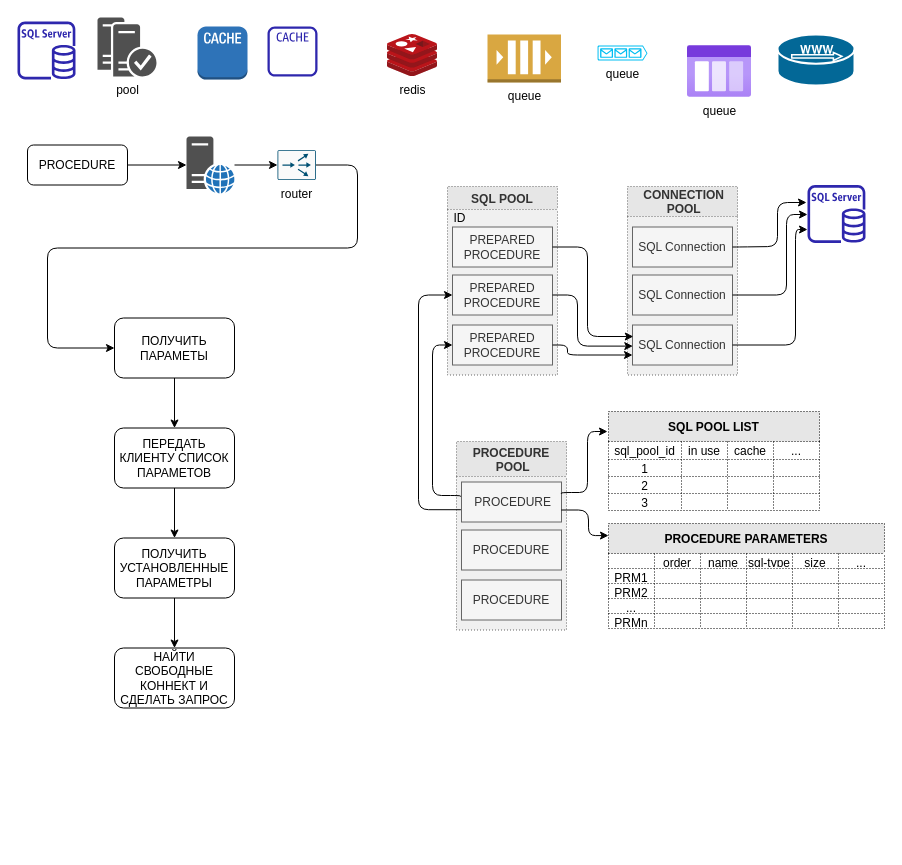
The draw.io diagram page "набросок" (1 of 2) of Backend.drawio in sashok74/diagrams, before the edit. Source tidied: cells renumbered, new cells numbered last; positions are measured from the earlier drawing's top-left corner, leaving out a move shared by most shapes. Both pictures are drawn from the tidied source at 100%, with x=0, y=0 at pixel (17, 17).
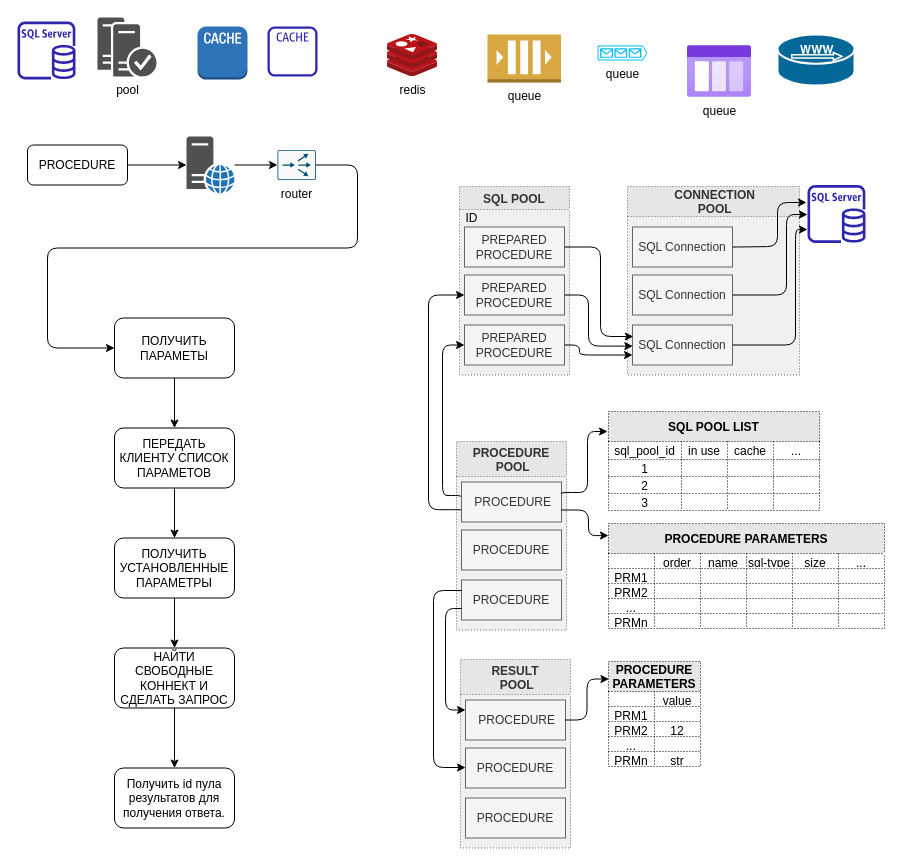
After the change.

Unchanged cells that the change refers to:
```xml
<mxCell id="24" value="НАЙТИ СВОБОДНЫЕ КОННЕКТ И СДЕЛАТЬ ЗАПРОС" style="rounded=1;whiteSpace=wrap;html=1;" parent="1" vertex="1">
  <mxGeometry x="97" y="630.5" width="120" height="60" as="geometry" />
</mxCell>
<mxCell id="28" value="PREPARED PROCEDURE" style="rounded=0;whiteSpace=wrap;html=1;fillColor=#f5f5f5;strokeColor=#666666;fontColor=#333333;" parent="25" vertex="1">
  <mxGeometry x="5" y="40.5" width="100" height="40" as="geometry" />
</mxCell>
<mxCell id="29" value="PREPARED PROCEDURE" style="rounded=0;whiteSpace=wrap;html=1;fillColor=#f5f5f5;strokeColor=#666666;fontColor=#333333;" parent="25" vertex="1">
  <mxGeometry x="5" y="88.5" width="100" height="40" as="geometry" />
</mxCell>
<mxCell id="30" value="PREPARED PROCEDURE" style="rounded=0;whiteSpace=wrap;html=1;fillColor=#f5f5f5;strokeColor=#666666;fontColor=#333333;" parent="25" vertex="1">
  <mxGeometry x="5" y="138.5" width="100" height="40" as="geometry" />
</mxCell>
<mxCell id="35" value="SQL Connection" style="rounded=0;whiteSpace=wrap;html=1;fillColor=#f5f5f5;strokeColor=#666666;fontColor=#333333;" parent="31" vertex="1">
  <mxGeometry x="5" y="138.5" width="100" height="40" as="geometry" />
</mxCell>
<mxCell id="44" value="&amp;nbsp;PROCEDURE" style="rounded=0;whiteSpace=wrap;html=1;fillColor=#f5f5f5;strokeColor=#666666;fontColor=#333333;" parent="42" vertex="1">
  <mxGeometry x="5" y="40.5" width="100" height="40" as="geometry" />
</mxCell>
<mxCell id="46" value="PROCEDURE" style="rounded=0;whiteSpace=wrap;html=1;fillColor=#f5f5f5;strokeColor=#666666;fontColor=#333333;" parent="42" vertex="1">
  <mxGeometry x="5" y="138.5" width="100" height="40" as="geometry" />
</mxCell>
```

Diff of the diagram source:
```diff
@@
+    <mxCell id="108" style="edgeStyle=orthogonalEdgeStyle;rounded=1;jettySize=auto;html=1;" parent="1" edge="1" source="24" target="133">
+      <mxGeometry relative="1" as="geometry" />
+    </mxCell>
@@
     <mxCell id="25" style="group;" parent="1" vertex="1">
-      <mxGeometry x="430" y="169" width="110" height="188.5" as="geometry" />
+      <mxGeometry x="442" y="169" width="110" height="188.5" as="geometry" />
     </mxCell>
@@
     <mxCell id="31" style="group;" parent="1" vertex="1">
-      <mxGeometry x="610" y="169" width="110" height="188.5" as="geometry" />
+      <mxGeometry x="610" y="169" width="172" height="188.5" as="geometry" />
     </mxCell>
     <mxCell id="32" value=" CONNECTION&#10; POOL" style="swimlane;dashed=1;dashPattern=1 2;fillColor=#E6E6E6;fontColor=#333333;strokeColor=#666666;glass=0;swimlaneFillColor=#F0F0F0;startSize=30;" parent="31" vertex="1">
-      <mxGeometry width="110" height="188.5" as="geometry" />
+      <mxGeometry width="172" height="188.5" as="geometry" />
     </mxCell>
@@
     <mxCell id="36" style="edgeStyle=orthogonalEdgeStyle;rounded=1;jettySize=auto;html=1;exitX=1;exitY=0.5;exitDx=0;exitDy=0;entryX=0.008;entryY=0.288;entryDx=0;entryDy=0;entryPerimeter=0;" parent="1" edge="1" source="28" target="35">
       <mxGeometry relative="1" as="geometry">
         <Array as="points">
-          <mxPoint x="570" y="229" />
-          <mxPoint x="570" y="319" />
+          <mxPoint x="583" y="230" />
+          <mxPoint x="583" y="319" />
         </Array>
       </mxGeometry>
     </mxCell>
     <mxCell id="37" style="edgeStyle=orthogonalEdgeStyle;rounded=1;jettySize=auto;html=1;entryX=0.003;entryY=0.528;entryDx=0;entryDy=0;entryPerimeter=0;" parent="1" edge="1" source="29" target="35">
       <mxGeometry relative="1" as="geometry">
         <Array as="points">
-          <mxPoint x="560" y="277" />
-          <mxPoint x="560" y="329" />
+          <mxPoint x="571" y="278" />
+          <mxPoint x="571" y="329" />
           <mxPoint x="615" y="329" />
         </Array>
       </mxGeometry>
     </mxCell>
     <mxCell id="38" style="edgeStyle=orthogonalEdgeStyle;rounded=1;jettySize=auto;html=1;entryX=0;entryY=0.75;entryDx=0;entryDy=0;" parent="1" edge="1" source="30" target="35">
       <mxGeometry relative="1" as="geometry">
         <Array as="points">
-          <mxPoint x="550" y="327" />
-          <mxPoint x="550" y="337" />
+          <mxPoint x="562" y="328" />
+          <mxPoint x="562" y="338" />
         </Array>
       </mxGeometry>
     </mxCell>
@@
     <mxCell id="106" style="edgeStyle=orthogonalEdgeStyle;rounded=1;jettySize=auto;html=1;entryX=0;entryY=0.5;entryDx=0;entryDy=0;" parent="1" edge="1" target="30">
       <mxGeometry relative="1" as="geometry">
         <mxPoint x="443" y="479" as="sourcePoint" />
         <Array as="points">
-          <mxPoint x="415" y="478" />
-          <mxPoint x="415" y="328" />
+          <mxPoint x="443" y="478" />
+          <mxPoint x="425" y="478" />
+          <mxPoint x="425" y="328" />
         </Array>
       </mxGeometry>
     </mxCell>
     <mxCell id="107" style="edgeStyle=orthogonalEdgeStyle;rounded=1;jettySize=auto;html=1;exitX=-0.006;exitY=0.693;exitDx=0;exitDy=0;entryX=0;entryY=0.5;entryDx=0;entryDy=0;exitPerimeter=0;" parent="1" edge="1" source="44" target="29">
       <mxGeometry relative="1" as="geometry">
         <Array as="points">
-          <mxPoint x="401" y="492" />
-          <mxPoint x="401" y="278" />
+          <mxPoint x="411" y="492" />
+          <mxPoint x="411" y="278" />
         </Array>
       </mxGeometry>
     </mxCell>
+    <mxCell id="109" style="group;" parent="1" vertex="1">
+      <mxGeometry x="443" y="642" width="110" height="188.5" as="geometry" />
+    </mxCell>
+    <mxCell id="110" value="RESULT&#10; POOL" style="swimlane;dashed=1;dashPattern=1 2;fillColor=#E6E6E6;fontColor=#333333;strokeColor=#666666;glass=0;swimlaneFillColor=#F0F0F0;startSize=35;" parent="109" vertex="1">
+      <mxGeometry width="110" height="188.5" as="geometry" />
+    </mxCell>
+    <mxCell id="111" value="&amp;nbsp;PROCEDURE" style="rounded=0;whiteSpace=wrap;html=1;fillColor=#f5f5f5;strokeColor=#666666;fontColor=#333333;" parent="109" vertex="1">
+      <mxGeometry x="5" y="40.5" width="100" height="40" as="geometry" />
+    </mxCell>
+    <mxCell id="112" value="PROCEDURE" style="rounded=0;whiteSpace=wrap;html=1;fillColor=#f5f5f5;strokeColor=#666666;fontColor=#333333;" parent="109" vertex="1">
+      <mxGeometry x="5" y="88.5" width="100" height="40" as="geometry" />
+    </mxCell>
+    <mxCell id="113" value="PROCEDURE" style="rounded=0;whiteSpace=wrap;html=1;fillColor=#f5f5f5;strokeColor=#666666;fontColor=#333333;" parent="109" vertex="1">
+      <mxGeometry x="5" y="138.5" width="100" height="40" as="geometry" />
+    </mxCell>
+    <mxCell id="114" value="PROCEDURE &#10;PARAMETERS" style="shape=table;startSize=30;childLayout=tableLayout;fontStyle=1;align=center;glass=0;dashed=1;dashPattern=1 2;fillColor=#E6E6E6;" parent="1" vertex="1">
+      <mxGeometry x="591" y="644" width="92" height="105" as="geometry" />
+    </mxCell>
+    <mxCell id="115" style="shape=tableRow;horizontal=0;startSize=0;swimlaneHead=0;swimlaneBody=0;top=0;left=0;bottom=0;right=0;fillColor=none;glass=0;dashed=1;dashPattern=1 2;" parent="114" vertex="1">
+      <mxGeometry y="30" width="92" height="15" as="geometry" />
+    </mxCell>
+    <mxCell id="116" style="shape=partialRectangle;html=1;whiteSpace=wrap;fillColor=none;top=0;left=0;bottom=0;right=0;overflow=hidden;glass=0;dashed=1;dashPattern=1 2;" parent="115" vertex="1">
+      <mxGeometry width="46" height="15" as="geometry" />
+    </mxCell>
+    <mxCell id="117" value="value" style="shape=partialRectangle;html=1;whiteSpace=wrap;fillColor=none;top=0;left=0;bottom=0;right=0;overflow=hidden;glass=0;dashed=1;dashPattern=1 2;" parent="115" vertex="1">
+      <mxGeometry x="46" width="46" height="15" as="geometry" />
+    </mxCell>
+    <mxCell id="118" style="shape=tableRow;horizontal=0;startSize=0;swimlaneHead=0;swimlaneBody=0;top=0;left=0;bottom=0;right=0;fillColor=none;glass=0;dashed=1;dashPattern=1 2;" parent="114" vertex="1">
+      <mxGeometry y="45" width="92" height="15" as="geometry" />
+    </mxCell>
+    <mxCell id="119" value="PRM1&lt;br&gt;" style="shape=partialRectangle;html=1;whiteSpace=wrap;fillColor=none;top=0;left=0;bottom=0;right=0;overflow=hidden;glass=0;dashed=1;dashPattern=1 2;" parent="118" vertex="1">
+      <mxGeometry width="46" height="15" as="geometry" />
+    </mxCell>
+    <mxCell id="120" style="shape=partialRectangle;html=1;whiteSpace=wrap;fillColor=none;top=0;left=0;bottom=0;right=0;overflow=hidden;glass=0;dashed=1;dashPattern=1 2;" parent="118" vertex="1">
+      <mxGeometry x="46" width="46" height="15" as="geometry" />
+    </mxCell>
+    <mxCell id="121" style="shape=tableRow;horizontal=0;startSize=0;swimlaneHead=0;swimlaneBody=0;top=0;left=0;bottom=0;right=0;fillColor=none;glass=0;dashed=1;dashPattern=1 2;" parent="114" vertex="1">
+      <mxGeometry y="60" width="92" height="15" as="geometry" />
+    </mxCell>
+    <mxCell id="122" value="PRM2" style="shape=partialRectangle;html=1;whiteSpace=wrap;fillColor=none;top=0;left=0;bottom=0;right=0;overflow=hidden;glass=0;dashed=1;dashPattern=1 2;" parent="121" vertex="1">
+      <mxGeometry width="46" height="15" as="geometry" />
+    </mxCell>
+    <mxCell id="123" value="12" style="shape=partialRectangle;html=1;whiteSpace=wrap;fillColor=none;top=0;left=0;bottom=0;right=0;overflow=hidden;glass=0;dashed=1;dashPattern=1 2;" parent="121" vertex="1">
+      <mxGeometry x="46" width="46" height="15" as="geometry" />
+    </mxCell>
+    <mxCell id="124" style="shape=tableRow;horizontal=0;startSize=0;swimlaneHead=0;swimlaneBody=0;top=0;left=0;bottom=0;right=0;fillColor=none;glass=0;dashed=1;dashPattern=1 2;" parent="114" vertex="1">
+      <mxGeometry y="75" width="92" height="15" as="geometry" />
+    </mxCell>
+    <mxCell id="125" value="..." style="shape=partialRectangle;html=1;whiteSpace=wrap;fillColor=none;top=0;left=0;bottom=0;right=0;overflow=hidden;glass=0;dashed=1;dashPattern=1 2;" parent="124" vertex="1">
+      <mxGeometry width="46" height="15" as="geometry" />
+    </mxCell>
+    <mxCell id="126" style="shape=partialRectangle;html=1;whiteSpace=wrap;fillColor=none;top=0;left=0;bottom=0;right=0;overflow=hidden;glass=0;dashed=1;dashPattern=1 2;" parent="124" vertex="1">
+      <mxGeometry x="46" width="46" height="15" as="geometry" />
+    </mxCell>
+    <mxCell id="127" style="shape=tableRow;horizontal=0;startSize=0;swimlaneHead=0;swimlaneBody=0;top=0;left=0;bottom=0;right=0;fillColor=none;glass=0;dashed=1;dashPattern=1 2;" parent="114" vertex="1">
+      <mxGeometry y="90" width="92" height="15" as="geometry" />
+    </mxCell>
+    <mxCell id="128" value="PRMn" style="shape=partialRectangle;html=1;whiteSpace=wrap;fillColor=none;top=0;left=0;bottom=0;right=0;overflow=hidden;glass=0;dashed=1;dashPattern=1 2;" parent="127" vertex="1">
+      <mxGeometry width="46" height="15" as="geometry" />
+    </mxCell>
+    <mxCell id="129" value="str" style="shape=partialRectangle;html=1;whiteSpace=wrap;fillColor=none;top=0;left=0;bottom=0;right=0;overflow=hidden;glass=0;dashed=1;dashPattern=1 2;" parent="127" vertex="1">
+      <mxGeometry x="46" width="46" height="15" as="geometry" />
+    </mxCell>
+    <mxCell id="130" style="edgeStyle=orthogonalEdgeStyle;rounded=1;jettySize=auto;html=1;entryX=0.005;entryY=0.167;entryDx=0;entryDy=0;entryPerimeter=0;" parent="1" edge="1" source="111" target="114">
+      <mxGeometry relative="1" as="geometry" />
+    </mxCell>
+    <mxCell id="131" style="edgeStyle=orthogonalEdgeStyle;rounded=1;jettySize=auto;html=1;entryX=0;entryY=0.25;entryDx=0;entryDy=0;" parent="1" edge="1" source="46" target="111">
+      <mxGeometry relative="1" as="geometry">
+        <Array as="points">
+          <mxPoint x="428" y="591" />
+          <mxPoint x="428" y="693" />
+        </Array>
+      </mxGeometry>
+    </mxCell>
+    <mxCell id="132" style="edgeStyle=orthogonalEdgeStyle;rounded=1;jettySize=auto;html=1;" parent="1" edge="1" source="46" target="112">
+      <mxGeometry relative="1" as="geometry">
+        <Array as="points">
+          <mxPoint x="416" y="573" />
+          <mxPoint x="416" y="750" />
+        </Array>
+      </mxGeometry>
+    </mxCell>
+    <mxCell id="133" value="Получить id пула результатов для получения ответа." style="rounded=1;whiteSpace=wrap;html=1;" parent="1" vertex="1">
+      <mxGeometry x="97" y="750.5" width="120" height="60" as="geometry" />
+    </mxCell>
```
